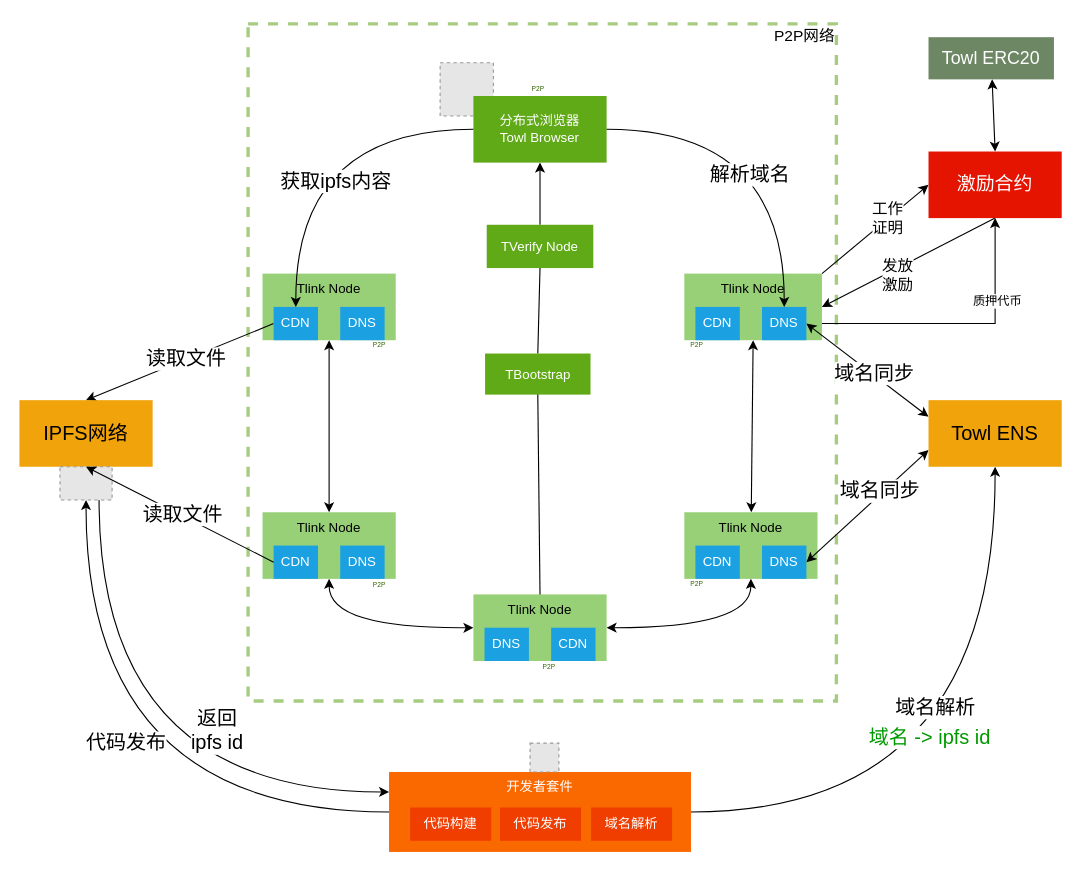
Above: Towl.drawio in ruopuzi/draw.io (draw.io), before the change. Source tidied: cells renumbered, new cells numbered last; positions are measured from the earlier drawing's top-left corner, leaving out a move shared by most shapes. Both pictures are drawn from the tidied source at 111%, with x=0, y=0 at pixel (19, 19). Pictures stored in the file or linked from it are replaced by grey dashed boxes.
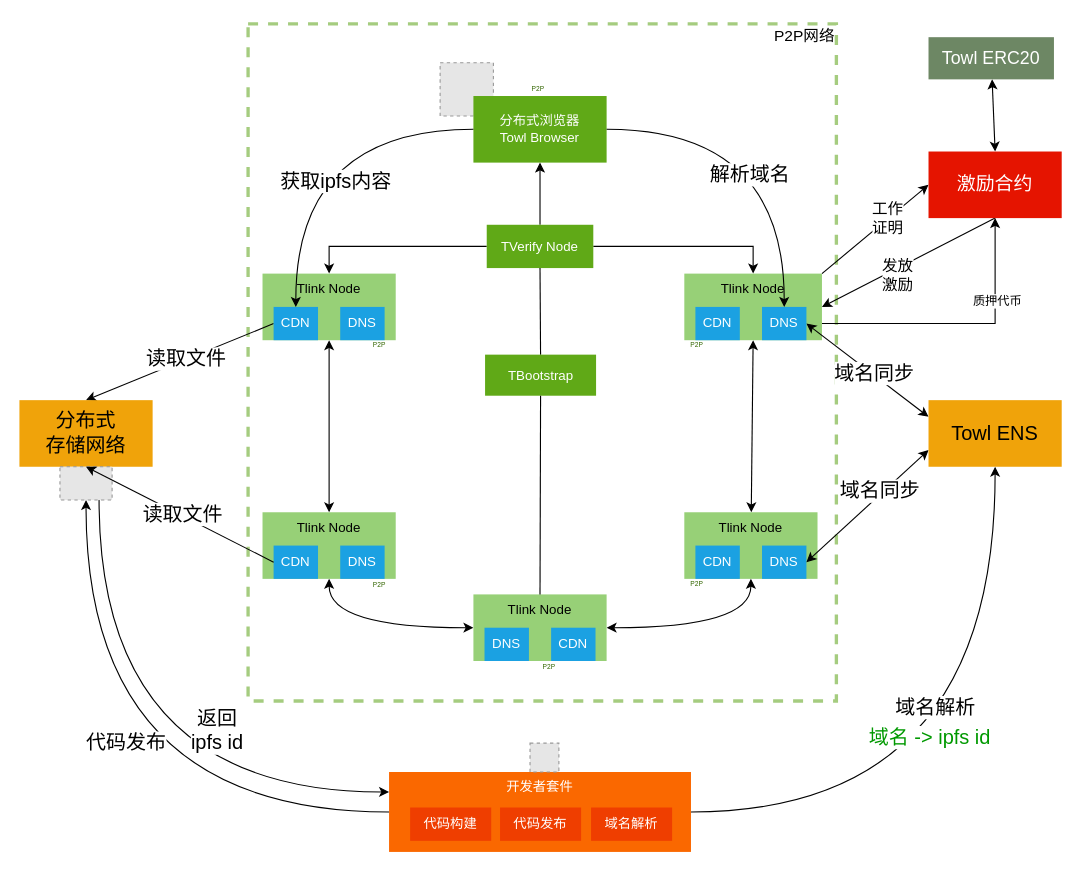
After the change.

Unchanged cells that the change refers to:
```xml
<mxCell id="12" value="Tlink Node" style="rounded=0;whiteSpace=wrap;html=1;verticalAlign=top;fillColor=#97D077;strokeColor=none;" parent="1" vertex="1">
  <mxGeometry x="219" y="229" width="120" height="60" as="geometry" />
</mxCell>
<mxCell id="18" value="Tlink Node" style="rounded=0;whiteSpace=wrap;html=1;verticalAlign=top;fillColor=#97D077;strokeColor=none;" parent="1" vertex="1">
  <mxGeometry x="219" y="444" width="120" height="60" as="geometry" />
</mxCell>
<mxCell id="29" value="Tlink Node" style="rounded=0;whiteSpace=wrap;html=1;verticalAlign=top;fillColor=#97D077;strokeColor=none;" parent="1" vertex="1">
  <mxGeometry x="599" y="229" width="124" height="60" as="geometry" />
</mxCell>
<mxCell id="36" value="Tlink Node" style="rounded=0;whiteSpace=wrap;html=1;verticalAlign=top;fillColor=#97D077;strokeColor=none;" parent="1" vertex="1">
  <mxGeometry x="409" y="518" width="120" height="60" as="geometry" />
</mxCell>
<mxCell id="68" value="TVerify Node" style="rounded=0;whiteSpace=wrap;html=1;fillColor=#60a917;strokeColor=none;fontColor=#ffffff;" parent="1" vertex="1">
  <mxGeometry x="421" y="185" width="96" height="39" as="geometry" />
</mxCell>
```

What changed in the source:
```diff
@@
-    <mxCell id="17" style="edgeStyle=orthogonalEdgeStyle;rounded=0;jettySize=auto;html=1;exitX=0.5;exitY=1;exitDx=0;exitDy=0;entryX=0;entryY=0.5;entryDx=0;entryDy=0;endArrow=classic;endFill=1;startArrow=classic;startFill=1;curved=1;" parent="1" edge="1" source="18" target="36">
-      <mxGeometry relative="1" as="geometry">
-        <Array as="points">
-          <mxPoint x="279" y="549" />
-        </Array>
-      </mxGeometry>
+    <mxCell id="17" style="edgeStyle=orthogonalEdgeStyle;rounded=0;jettySize=auto;html=1;exitX=0.5;exitY=1;exitDx=0;exitDy=0;entryX=0;entryY=0.5;entryDx=0;entryDy=0;curved=1;startArrow=classic;startFill=1;" parent="1" edge="1" source="18" target="36">
+      <mxGeometry relative="1" as="geometry" />
     </mxCell>
@@
-    <mxCell id="42" value="IPFS网络" style="rounded=0;whiteSpace=wrap;html=1;verticalAlign=middle;fillColor=#f0a30a;strokeColor=none;fontColor=#000000;fontSize=18;" parent="1" vertex="1">
+    <mxCell id="42" value="分布式&lt;br&gt;存储网络" style="rounded=0;whiteSpace=wrap;html=1;verticalAlign=middle;fillColor=#f0a30a;strokeColor=none;fontColor=#000000;fontSize=18;" parent="1" vertex="1">
       <mxGeometry y="343" width="120" height="60" as="geometry" />
     </mxCell>
@@
+    <mxCell id="72" style="edgeStyle=orthogonalEdgeStyle;rounded=0;jettySize=auto;html=1;" parent="1" edge="1" source="68" target="29">
+      <mxGeometry relative="1" as="geometry" />
+    </mxCell>
+    <mxCell id="73" style="edgeStyle=orthogonalEdgeStyle;rounded=0;jettySize=auto;html=1;" parent="1" edge="1" source="68" target="12">
+      <mxGeometry relative="1" as="geometry" />
+    </mxCell>
@@
     <mxCell id="70" value="TBootstrap" style="rounded=0;whiteSpace=wrap;html=1;fillColor=#60a917;strokeColor=none;fontColor=#ffffff;" parent="1" vertex="1">
-      <mxGeometry x="419.5" y="301" width="95" height="37" as="geometry" />
+      <mxGeometry x="419.5" y="302" width="100" height="37" as="geometry" />
     </mxCell>
```
